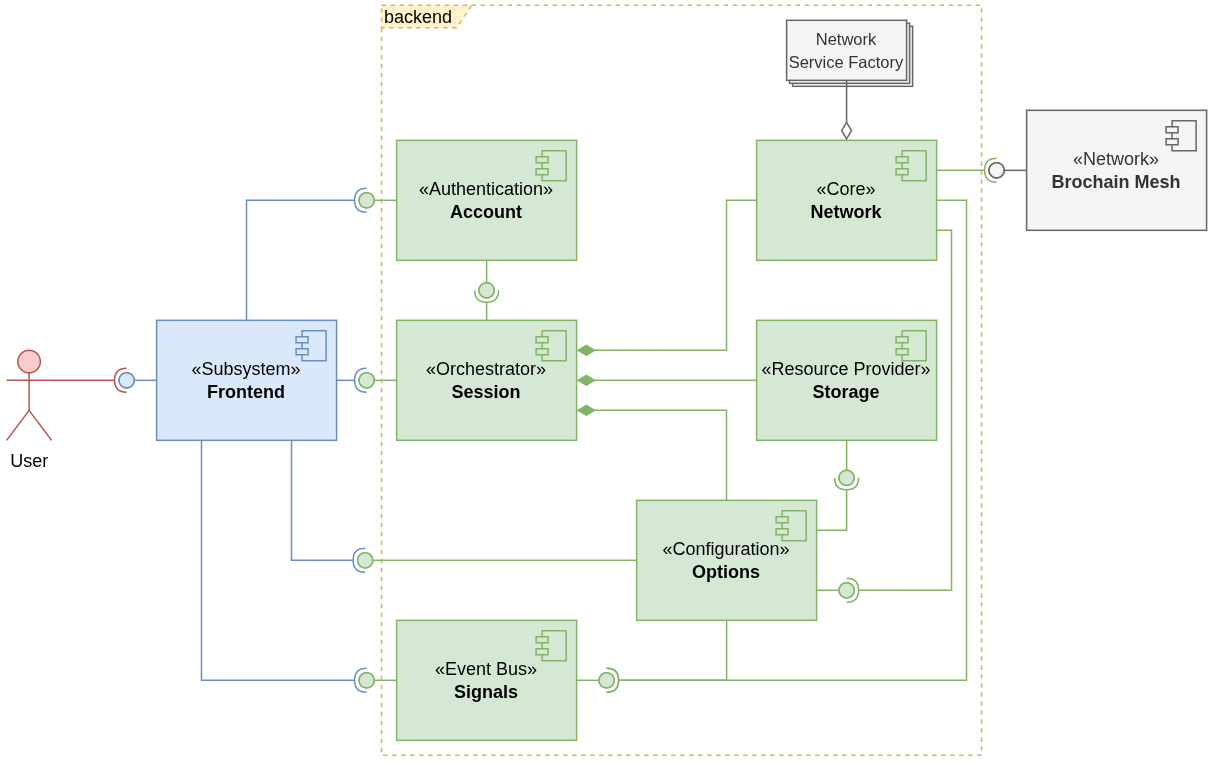
The draw.io diagram docs/brochain.vessel.backend.cmp.png in abetaev/brochain, before a commit. Source tidied: cells renumbered, new cells last; positions are measured from the earlier drawing's top-left corner, leaving out a move shared by most shapes.
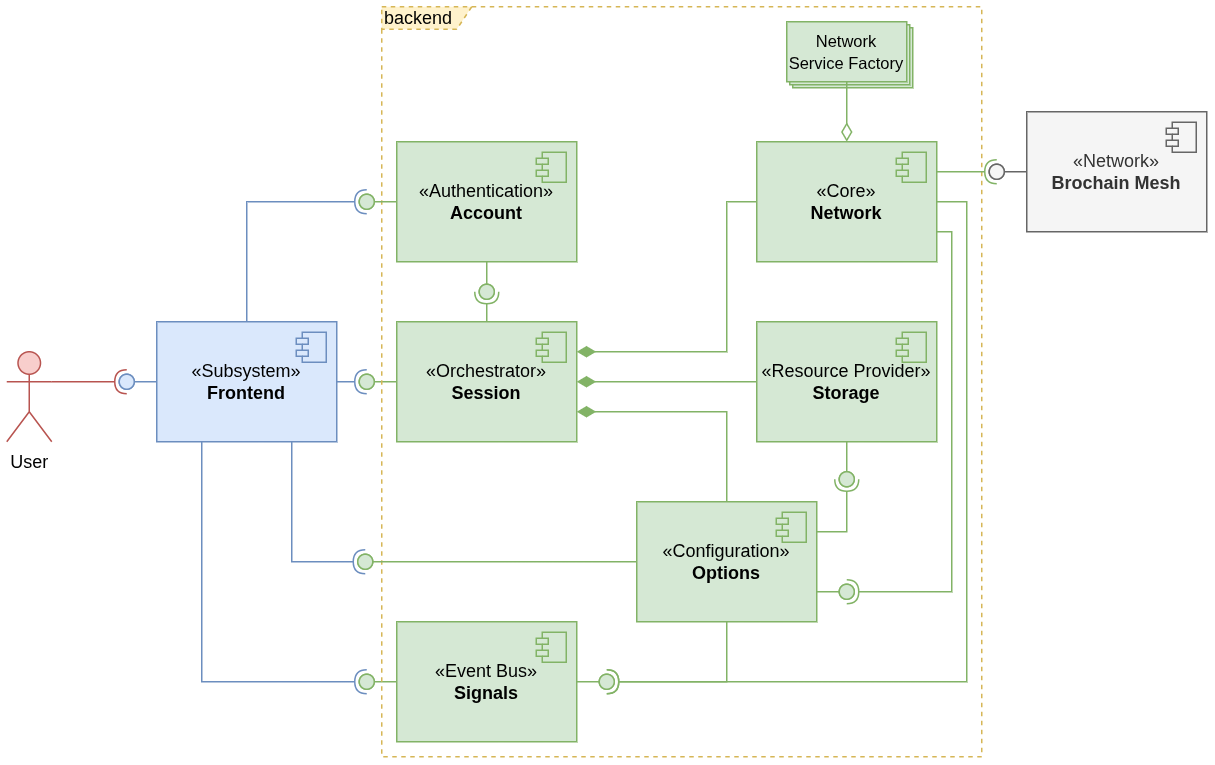
The same diagram one commit later.

What changed in the source:
```diff
@@ -2,10 +2,10 @@
   <root>
     <mxCell id="0" />
     <mxCell id="1" parent="0" />
-    <mxCell id="2" value="Network Service" style="html=1;whiteSpace=wrap;fillColor=#f5f5f5;strokeColor=#666666;fontColor=#333333;" parent="1" vertex="1">
+    <mxCell id="2" value="Network Service" style="html=1;whiteSpace=wrap;fillColor=#d5e8d4;strokeColor=#82b366;" parent="1" vertex="1">
       <mxGeometry x="524" y="14" width="80" height="40" as="geometry" />
     </mxCell>
-    <mxCell id="3" value="Network Service" style="html=1;whiteSpace=wrap;fillColor=#f5f5f5;strokeColor=#666666;fontColor=#333333;" parent="1" vertex="1">
+    <mxCell id="3" value="Network Service" style="html=1;whiteSpace=wrap;fillColor=#d5e8d4;strokeColor=#82b366;" parent="1" vertex="1">
       <mxGeometry x="522" y="12" width="80" height="40" as="geometry" />
     </mxCell>
     <mxCell id="4" value="«Orchestrator»&lt;br&gt;&lt;b&gt;Session&lt;/b&gt;" style="html=1;whiteSpace=wrap;fillColor=#d5e8d4;strokeColor=#82b366;" parent="1" vertex="1">
@@ -123,10 +123,10 @@
         <mxPoint x="-27" y="7" as="offset" />
       </mxGeometry>
     </mxCell>
-    <mxCell id="32" style="edgeStyle=orthogonalEdgeStyle;rounded=0;jettySize=auto;html=1;exitX=0.5;exitY=1;exitDx=0;exitDy=0;entryX=0.5;entryY=0;entryDx=0;entryDy=0;endArrow=diamondThin;endFill=0;endSize=10;fillColor=#f5f5f5;strokeColor=#666666;" parent="1" edge="1" source="33" target="30">
+    <mxCell id="32" style="edgeStyle=orthogonalEdgeStyle;rounded=0;jettySize=auto;html=1;exitX=0.5;exitY=1;exitDx=0;exitDy=0;entryX=0.5;entryY=0;entryDx=0;entryDy=0;endArrow=diamondThin;endFill=0;endSize=10;fillColor=#d5e8d4;strokeColor=#82b366;" parent="1" edge="1" source="33" target="30">
       <mxGeometry relative="1" as="geometry" />
     </mxCell>
-    <mxCell id="33" value="&lt;font style=&quot;font-size: 11px;&quot;&gt;Network Service Factory&lt;/font&gt;" style="html=1;whiteSpace=wrap;fillColor=#f5f5f5;strokeColor=#666666;fontColor=#333333;" parent="1" vertex="1">
+    <mxCell id="33" value="&lt;font style=&quot;font-size: 11px;&quot;&gt;Network Service Factory&lt;/font&gt;" style="html=1;whiteSpace=wrap;fillColor=#d5e8d4;strokeColor=#82b366;" parent="1" vertex="1">
       <mxGeometry x="520" y="10" width="80" height="40" as="geometry" />
     </mxCell>
     <mxCell id="34" value="«Subsystem»&lt;br&gt;&lt;b&gt;Frontend&lt;/b&gt;" style="html=1;whiteSpace=wrap;fillColor=#dae8fc;strokeColor=#6c8ebf;" parent="1" vertex="1">
```
